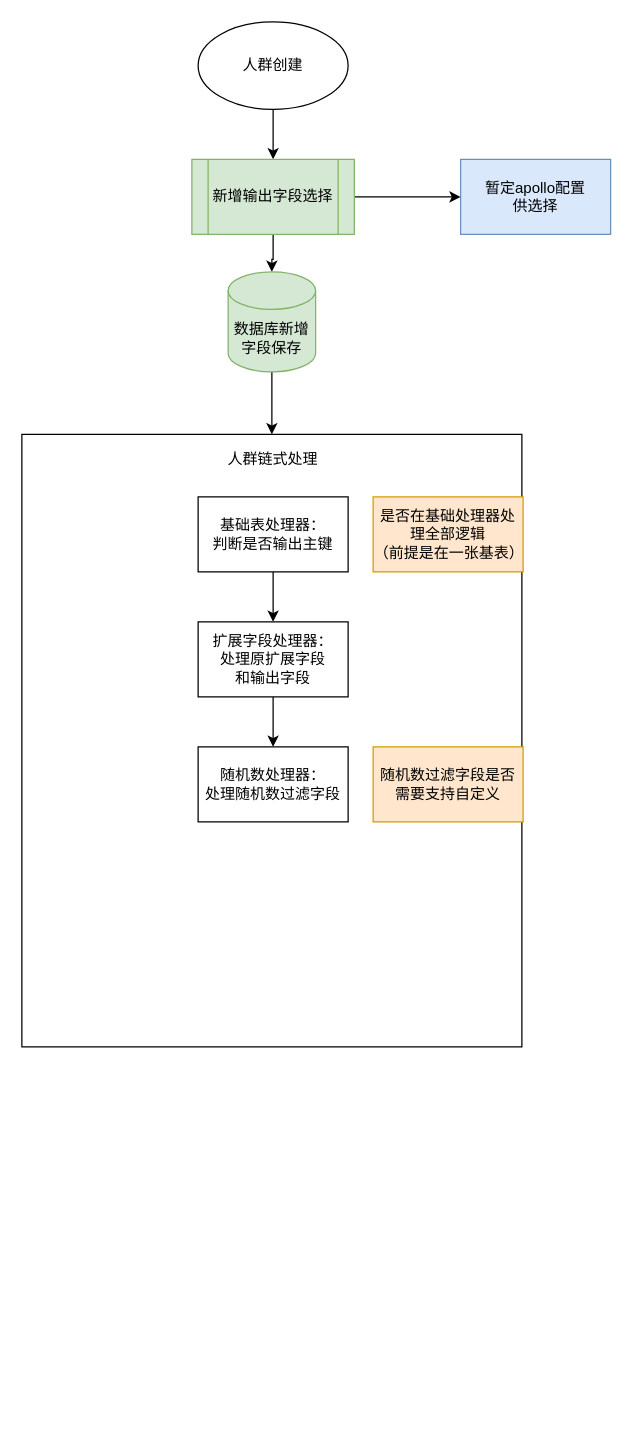
Earlier version of the draw.io diagram 人群附带字段.drawio (1418956397/JavaWeb-Project-Source-Share). Source tidied: cells renumbered, new cells numbered last; positions are measured from the earlier drawing's top-left corner, leaving out a move shared by most shapes. Both pictures are drawn from the tidied source at 125%, with x=0, y=0 at pixel (21, 21).
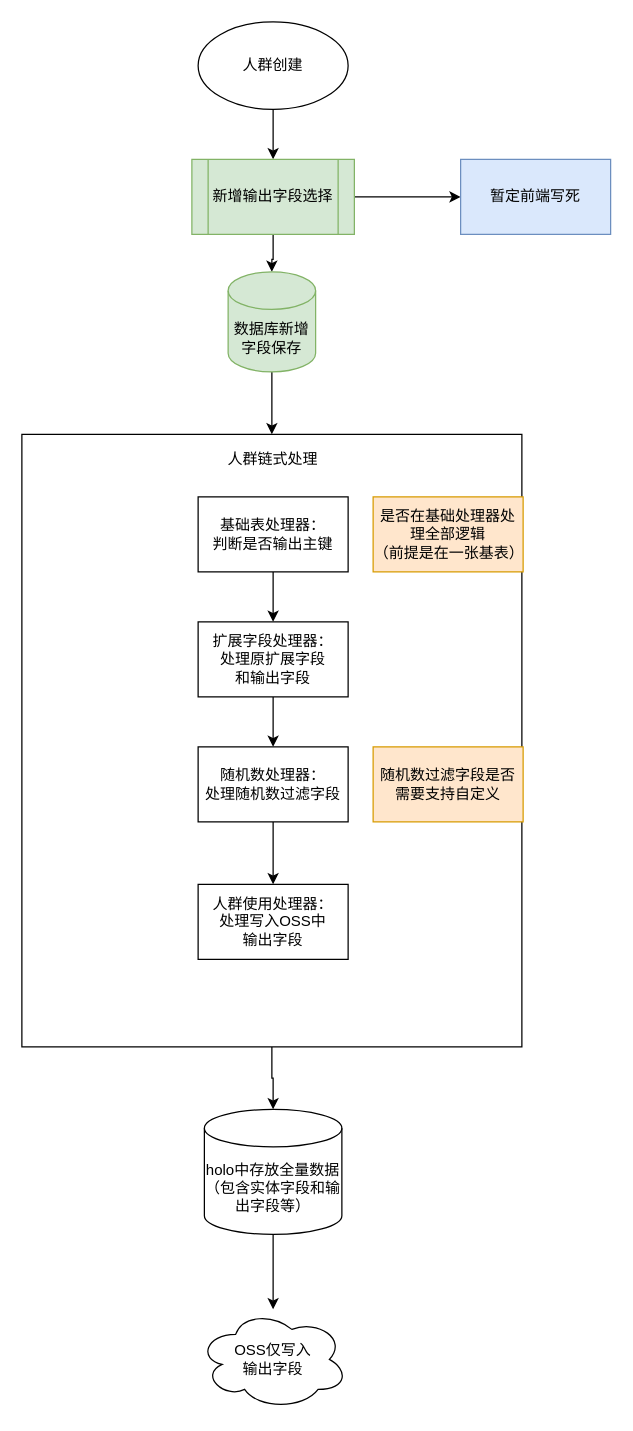
Above is the later version.

Commit message:
更新人群附带字段.drawio

Unchanged cells that the change refers to:
```xml
<mxCell id="8" style="whiteSpace=wrap;html=1;" parent="1" vertex="1">
  <mxGeometry y="330" width="400" height="490" as="geometry" />
</mxCell>
<mxCell id="16" value="随机数处理器：&lt;div&gt;处理随机数过滤字段&lt;/div&gt;" style="whiteSpace=wrap;html=1;rounded=0;" parent="1" vertex="1">
  <mxGeometry x="141" y="580" width="120" height="60" as="geometry" />
</mxCell>
```

Diff of the diagram source:
```diff
@@
+    <mxCell id="19" style="edgeStyle=orthogonalEdgeStyle;rounded=0;jettySize=auto;html=1;fontFamily=Helvetica;fontSize=12;fontColor=default;" parent="1" edge="1" source="8" target="23">
+      <mxGeometry relative="1" as="geometry" />
+    </mxCell>
@@
+    <mxCell id="20" style="edgeStyle=orthogonalEdgeStyle;rounded=0;jettySize=auto;html=1;fontFamily=Helvetica;fontSize=12;fontColor=default;" parent="1" edge="1" source="16" target="21">
+      <mxGeometry relative="1" as="geometry" />
+    </mxCell>
@@
-    <mxCell id="17" value="暂定apollo配置&lt;div&gt;供选择&lt;/div&gt;" style="rounded=0;whiteSpace=wrap;html=1;strokeColor=#6c8ebf;align=center;verticalAlign=middle;fontFamily=Helvetica;fontSize=12;fillColor=#dae8fc;" parent="1" vertex="1">
+    <mxCell id="17" value="暂定前端写死" style="rounded=0;whiteSpace=wrap;html=1;strokeColor=#6c8ebf;align=center;verticalAlign=middle;fontFamily=Helvetica;fontSize=12;fillColor=#dae8fc;" parent="1" vertex="1">
       <mxGeometry x="351" y="110" width="120" height="60" as="geometry" />
     </mxCell>
@@
+    <mxCell id="21" value="人群使用处理器：&lt;div&gt;处理写入OSS中&lt;/div&gt;&lt;div&gt;输出字段&lt;/div&gt;" style="whiteSpace=wrap;html=1;rounded=0;" parent="1" vertex="1">
+      <mxGeometry x="141" y="690" width="120" height="60" as="geometry" />
+    </mxCell>
+    <mxCell id="22" style="edgeStyle=orthogonalEdgeStyle;rounded=0;jettySize=auto;html=1;fontFamily=Helvetica;fontSize=12;fontColor=default;" parent="1" edge="1" source="23" target="24">
+      <mxGeometry relative="1" as="geometry" />
+    </mxCell>
+    <mxCell id="23" value="holo中存放全量数据&lt;div&gt;（包含实体字段和输出字段等）&lt;/div&gt;" style="shape=cylinder3;whiteSpace=wrap;html=1;boundedLbl=1;backgroundOutline=1;size=15;strokeColor=default;align=center;verticalAlign=middle;fontFamily=Helvetica;fontSize=12;fontColor=default;fillColor=default;" parent="1" vertex="1">
+      <mxGeometry x="146" y="870" width="110" height="100" as="geometry" />
+    </mxCell>
+    <mxCell id="24" value="OSS仅写入&lt;div&gt;输出字段&lt;/div&gt;" style="ellipse;shape=cloud;whiteSpace=wrap;html=1;" parent="1" vertex="1">
+      <mxGeometry x="141" y="1030" width="120" height="80" as="geometry" />
+    </mxCell>
```
